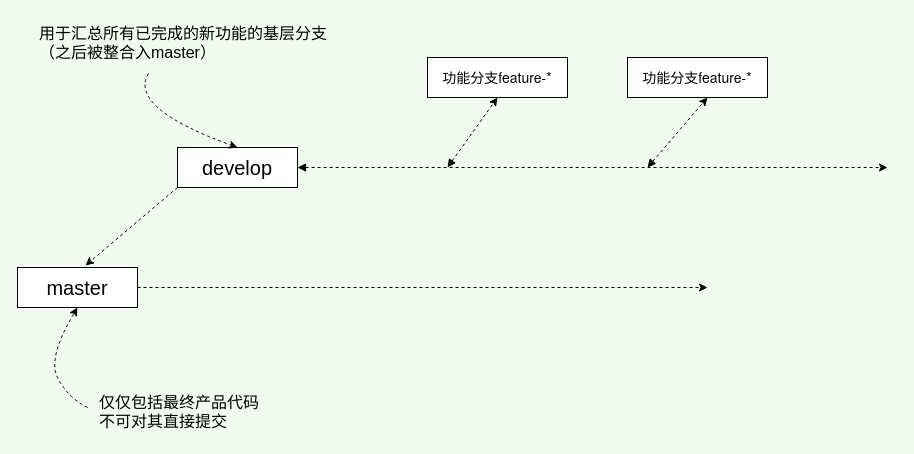
This is Git分支策略.drawio from Cy-Draw/Flowchart, a draw.io file, before an edit. Source tidied: cells renumbered, new cells numbered last; positions are measured from the earlier drawing's top-left corner, leaving out a move shared by most shapes. Both pictures are drawn from the tidied source at 100%, with x=0, y=0 at pixel (17, 17).
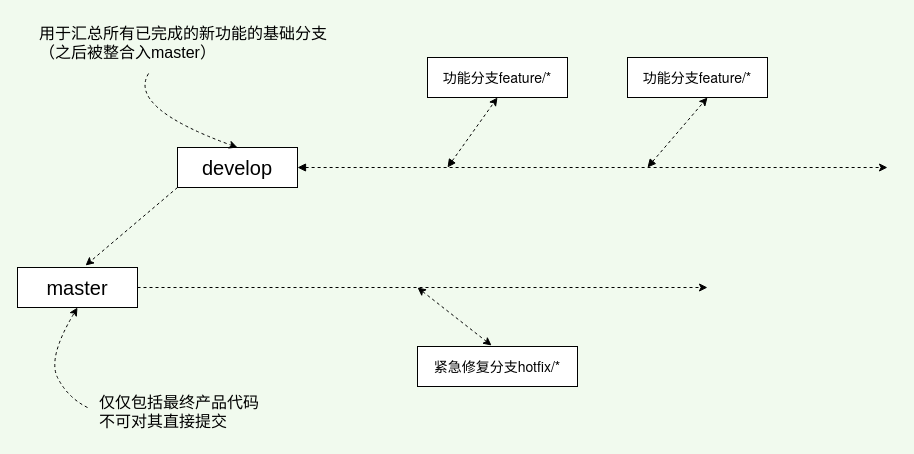
The same diagram, later.

Commit message:
更新Git分支策略.drawio

What changed in the source:
```diff
@@
-    <mxCell id="8" value="用于汇总所有已完成的新功能的基层分支&lt;br&gt;（之后被整合入master）" style="text;html=1;strokeColor=none;fillColor=none;align=left;verticalAlign=top;whiteSpace=wrap;rounded=0;fontSize=16;" parent="1" vertex="1">
+    <mxCell id="8" value="用于汇总所有已完成的新功能的基础分支&lt;br&gt;（之后被整合入master）" style="text;html=1;strokeColor=none;fillColor=none;align=left;verticalAlign=top;whiteSpace=wrap;rounded=0;fontSize=16;" parent="1" vertex="1">
       <mxGeometry x="20" width="290" height="50" as="geometry" />
     </mxCell>
@@
-    <mxCell id="12" value="功能分支&lt;span style=&quot;font-family: &amp;quot;PingFang SC&amp;quot;, &amp;quot;Microsoft YaHei&amp;quot;, &amp;quot;Helvetica Neue&amp;quot;, Helvetica, Arial, sans-serif; font-size: 14px; text-align: left; background-color: rgb(255, 255, 255);&quot;&gt;feature-*&lt;/span&gt;" style="rounded=0;whiteSpace=wrap;html=1;fontSize=14;" parent="1" vertex="1">
+    <mxCell id="12" value="功能分支&lt;span style=&quot;font-family: &amp;quot;PingFang SC&amp;quot;, &amp;quot;Microsoft YaHei&amp;quot;, &amp;quot;Helvetica Neue&amp;quot;, Helvetica, Arial, sans-serif; font-size: 14px; text-align: left; background-color: rgb(255, 255, 255);&quot;&gt;feature/*&lt;/span&gt;" style="rounded=0;whiteSpace=wrap;html=1;fontSize=14;" parent="1" vertex="1">
       <mxGeometry x="410" y="40" width="140" height="40" as="geometry" />
     </mxCell>
@@
-    <mxCell id="14" value="功能分支&lt;span style=&quot;font-family: &amp;quot;PingFang SC&amp;quot;, &amp;quot;Microsoft YaHei&amp;quot;, &amp;quot;Helvetica Neue&amp;quot;, Helvetica, Arial, sans-serif; font-size: 14px; text-align: left; background-color: rgb(255, 255, 255);&quot;&gt;feature-*&lt;/span&gt;" style="rounded=0;whiteSpace=wrap;html=1;fontSize=14;" parent="1" vertex="1">
+    <mxCell id="14" value="功能分支&lt;span style=&quot;font-family: &amp;quot;PingFang SC&amp;quot;, &amp;quot;Microsoft YaHei&amp;quot;, &amp;quot;Helvetica Neue&amp;quot;, Helvetica, Arial, sans-serif; font-size: 14px; text-align: left; background-color: rgb(255, 255, 255);&quot;&gt;feature/*&lt;/span&gt;" style="rounded=0;whiteSpace=wrap;html=1;fontSize=14;" parent="1" vertex="1">
       <mxGeometry x="610" y="40" width="140" height="40" as="geometry" />
     </mxCell>
+    <mxCell id="15" value="紧急修复分支&lt;span style=&quot;font-family: &amp;quot;PingFang SC&amp;quot;, &amp;quot;Microsoft YaHei&amp;quot;, &amp;quot;Helvetica Neue&amp;quot;, Helvetica, Arial, sans-serif; text-align: left; background-color: rgb(255, 255, 255);&quot;&gt;hotfix/*&lt;/span&gt;" style="rounded=0;whiteSpace=wrap;html=1;fontSize=14;" parent="1" vertex="1">
+      <mxGeometry x="400" y="329" width="160" height="40" as="geometry" />
+    </mxCell>
+    <mxCell id="16" style="endArrow=classic;startArrow=classic;html=1;rounded=0;dashed=1;fontSize=14;exitX=0.463;exitY=-0.025;exitDx=0;exitDy=0;exitPerimeter=0;" parent="1" edge="1" source="15">
+      <mxGeometry relative="1" as="geometry">
+        <mxPoint x="400" y="270" as="targetPoint" />
+      </mxGeometry>
+    </mxCell>
```
